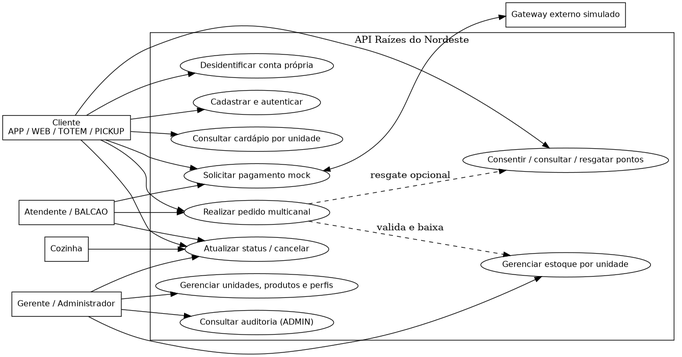
This is docs/diagramas/casos-de-uso.png from jefersonrivaldo/raizes-do-nordeste, a Graphviz export, as it was before one commit. Its source is kept beside it as docs/diagramas/casos-de-uso.dot. The source it was exported from:
```dot
digraph UC {
 graph [rankdir=LR,bgcolor="white"]; node [fontname="DejaVu Sans",fontsize=12];
 cliente [shape=box,label="Cliente\nAPP / WEB / TOTEM / PICKUP"];
 atendente [shape=box,label="Atendente / BALCAO"];
 cozinha [shape=box,label="Cozinha"];
 gerente [shape=box,label="Gerente / Administrador"];
 gateway [shape=box,label="Gateway externo simulado"];
 subgraph cluster_api {label="API Raízes do Nordeste";
 node [shape=ellipse]; cadastro [label="Cadastrar e autenticar"];
 cardapio [label="Consultar cardápio por unidade"];
 pedido [label="Realizar pedido multicanal"];
 pagar [label="Solicitar pagamento mock"];
 status [label="Atualizar status / cancelar"];
 estoque [label="Gerenciar estoque por unidade"];
 fidelidade [label="Consentir / consultar / resgatar pontos"];
 gestao [label="Gerenciar unidades, produtos e perfis"];
 privacidade [label="Desidentificar conta própria"];
 auditoria [label="Consultar auditoria (ADMIN)"];
 }
 cliente -> cadastro;cliente -> cardapio;cliente -> pedido;cliente -> pagar;cliente -> fidelidade;cliente -> privacidade;cliente -> status;
 atendente -> pedido;atendente -> status;atendente -> pagar;cozinha -> status;
 gerente -> estoque;gerente -> gestao;gerente -> status;gerente -> auditoria;
 pagar -> gateway [dir=both];pedido -> estoque [style=dashed,label="valida e baixa"];
 pedido -> fidelidade [style=dashed,label="resgate opcional"];
}
```
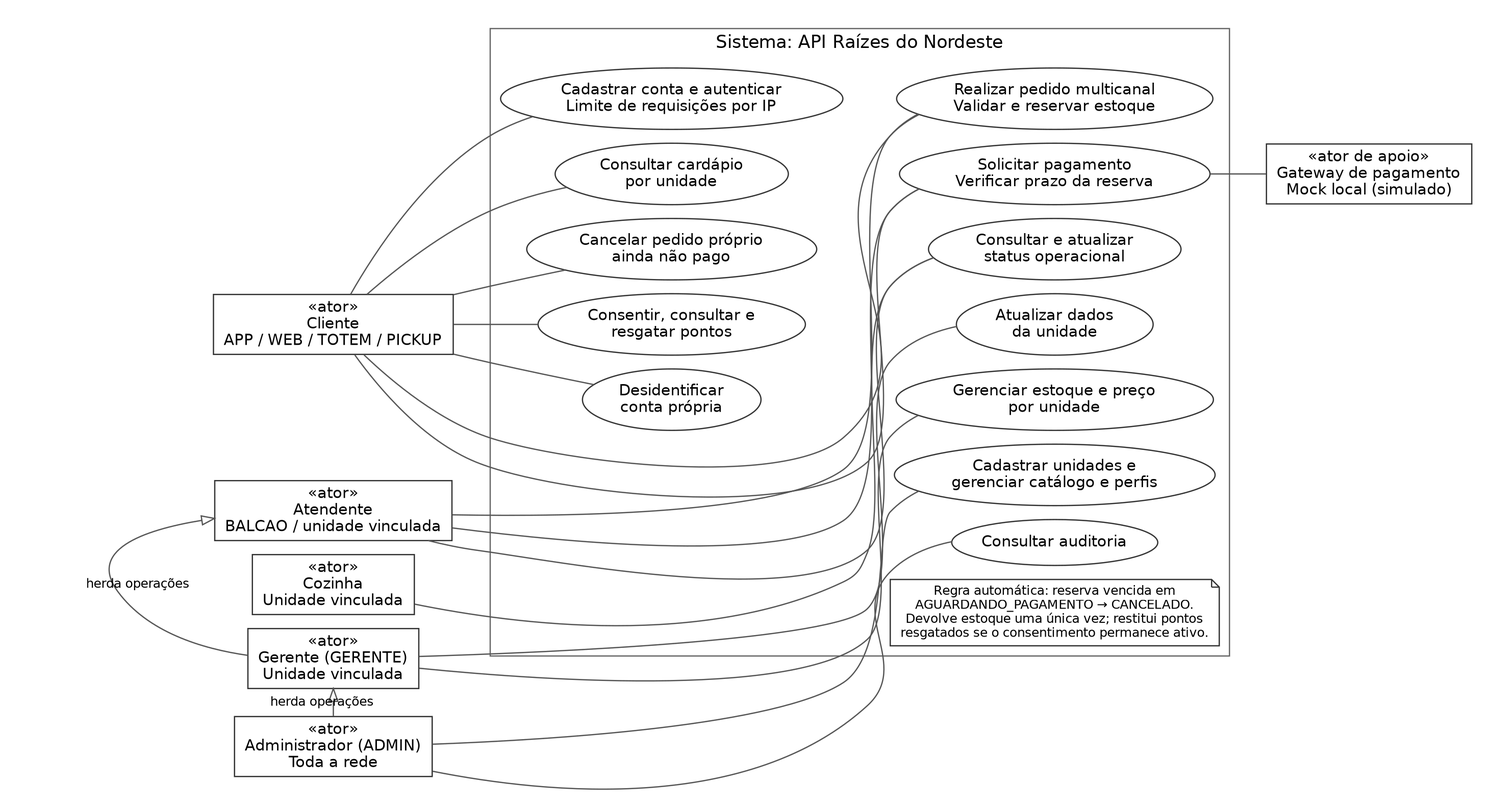
The same diagram one commit later.

Change to the diagram source:
```diff
@@ -1,25 +1,51 @@
-digraph UC {
- graph [rankdir=LR,bgcolor="white"]; node [fontname="DejaVu Sans",fontsize=12];
- cliente [shape=box,label="Cliente\nAPP / WEB / TOTEM / PICKUP"];
- atendente [shape=box,label="Atendente / BALCAO"];
- cozinha [shape=box,label="Cozinha"];
- gerente [shape=box,label="Gerente / Administrador"];
- gateway [shape=box,label="Gateway externo simulado"];
- subgraph cluster_api {label="API Raízes do Nordeste";
- node [shape=ellipse]; cadastro [label="Cadastrar e autenticar"];
- cardapio [label="Consultar cardápio por unidade"];
- pedido [label="Realizar pedido multicanal"];
- pagar [label="Solicitar pagamento mock"];
- status [label="Atualizar status / cancelar"];
- estoque [label="Gerenciar estoque por unidade"];
- fidelidade [label="Consentir / consultar / resgatar pontos"];
- gestao [label="Gerenciar unidades, produtos e perfis"];
- privacidade [label="Desidentificar conta própria"];
- auditoria [label="Consultar auditoria (ADMIN)"];
- }
- cliente -> cadastro;cliente -> cardapio;cliente -> pedido;cliente -> pagar;cliente -> fidelidade;cliente -> privacidade;cliente -> status;
- atendente -> pedido;atendente -> status;atendente -> pagar;cozinha -> status;
- gerente -> estoque;gerente -> gestao;gerente -> status;gerente -> auditoria;
- pagar -> gateway [dir=both];pedido -> estoque [style=dashed,label="valida e baixa"];
- pedido -> fidelidade [style=dashed,label="resgate opcional"];
+digraph CasosDeUso {
+  graph [rankdir=LR, bgcolor="white", pad=0.2, nodesep=0.15, ranksep=0.5];
+  node [fontname="DejaVu Sans", fontsize=12, color="#333333"];
+  edge [fontname="DejaVu Sans", fontsize=10, color="#555555", dir=none];
+  cliente [shape=box, label="«ator»\nCliente\nAPP / WEB / TOTEM / PICKUP"];
+  atendente [shape=box, label="«ator»\nAtendente\nBALCAO / unidade vinculada"];
+  cozinha [shape=box, label="«ator»\nCozinha\nUnidade vinculada"];
+  gerente [shape=box, label="«ator»\nGerente (GERENTE)\nUnidade vinculada"];
+  admin [shape=box, label="«ator»\nAdministrador (ADMIN)\nToda a rede"];
+  gateway [shape=box, label="«ator de apoio»\nGateway de pagamento\nMock local (simulado)"];
+  subgraph cluster_api {
+    label="Sistema: API Raízes do Nordeste";
+    fontname="DejaVu Sans"; fontsize=14; color="#666666";
+    node [shape=ellipse];
+    cadastro [label="Cadastrar conta e autenticar\nLimite de requisições por IP"];
+    cardapio [label="Consultar cardápio\npor unidade"];
+    pedido [label="Realizar pedido multicanal\nValidar e reservar estoque"];
+    pagar [label="Solicitar pagamento\nVerificar prazo da reserva"];
+    cancelar [label="Cancelar pedido próprio\nainda não pago"];
+    status [label="Consultar e atualizar\nstatus operacional"];
+    fidelidade [label="Consentir, consultar e\nresgatar pontos"];
+    privacidade [label="Desidentificar\nconta própria"];
+    estoque [label="Gerenciar estoque e preço\npor unidade"];
+    unidade [label="Atualizar dados\nda unidade"];
+    gestao [label="Cadastrar unidades e\ngerenciar catálogo e perfis"];
+    auditoria [label="Consultar auditoria"];
+    regra [shape=note, fontsize=10, label="Regra automática: reserva vencida em\nAGUARDANDO_PAGAMENTO → CANCELADO.\nDevolve estoque uma única vez; restitui pontos\nresgatados se o consentimento permanece ativo."];
+    {rank=same; cadastro; cardapio; cancelar; fidelidade; privacidade;}
+    {rank=same; pedido; pagar; status; estoque; unidade; gestao; auditoria; regra;}
+    cadastro -> pedido [style=invis];
+  }
+  {rank=same; cliente; atendente; cozinha; gerente; admin;}
+  cliente -> cadastro;
+  cliente -> cardapio;
+  cliente -> pedido;
+  cliente -> pagar;
+  cliente -> cancelar;
+  cliente -> fidelidade;
+  cliente -> privacidade;
+  atendente -> pedido;
+  atendente -> pagar;
+  atendente -> status;
+  cozinha -> status;
+  gerente -> estoque;
+  gerente -> unidade;
+  admin -> gestao;
+  admin -> auditoria;
+  pagar -> gateway;
+  gerente -> atendente [dir=forward, arrowhead=empty, constraint=false, label="herda operações"];
+  admin -> gerente [dir=forward, arrowhead=empty, constraint=false, label="herda operações"];
 }
```
